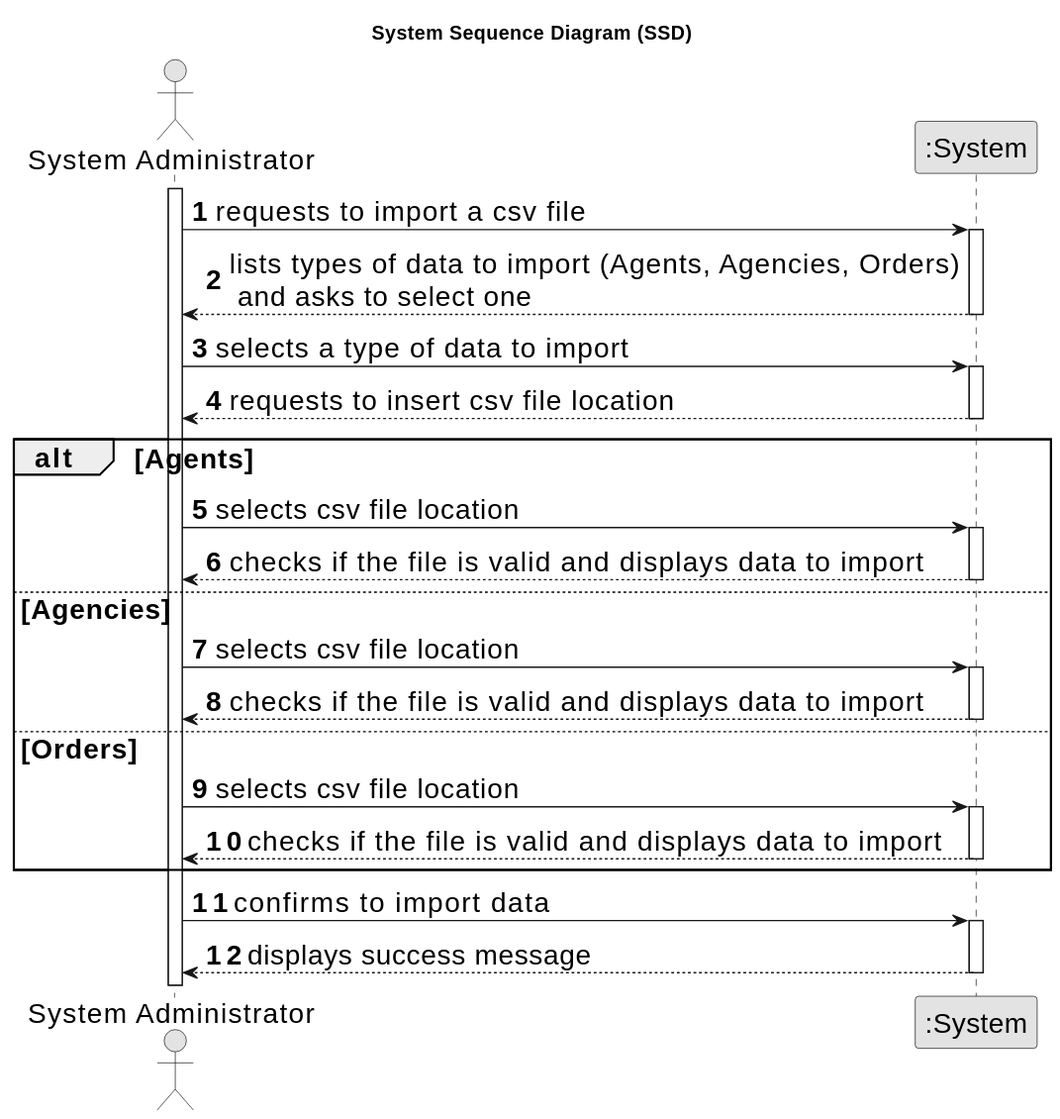
Goncalves2525/real-estate-management-system keeps this PlantUML diagram as docs/sprintC/us012/01.requirements-engineering/svg/us012-system-sequence-diagram.svg. Above is the earlier version.
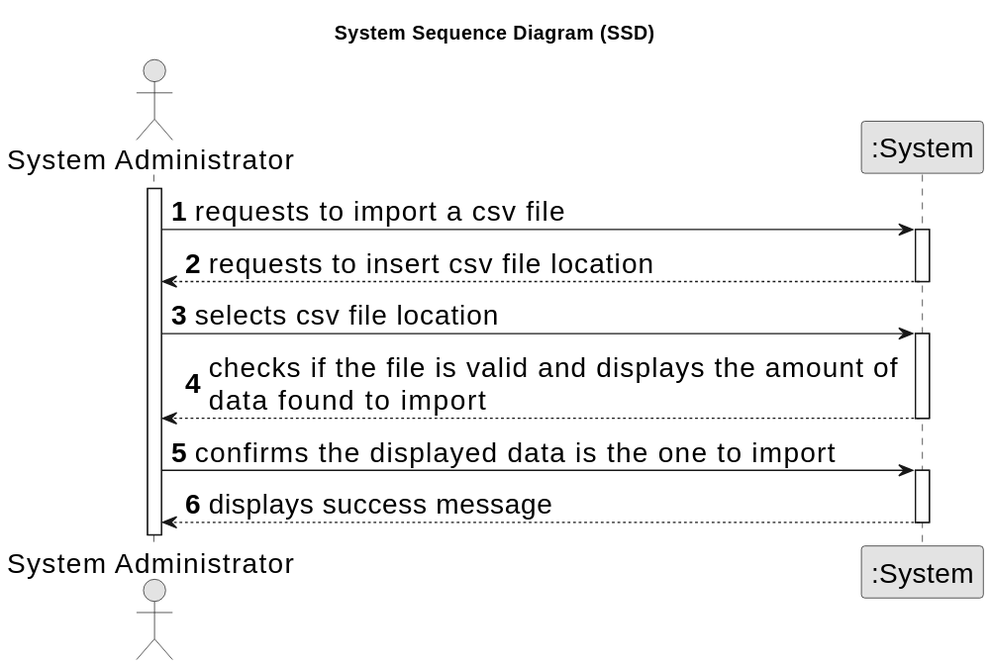
After the change.

Commit message:
class diagram completed with us9 SVG created VisitScheduleController repository access improved

The edit, as a diff of the source:
```diff
@@ -16,33 +16,19 @@
     Admin -> System : requests to import a csv file
     activate System
 
-    System --> Admin : lists types of data to import (Agents, Agencies, Orders)\n and asks to select one
-    deactivate System
-
-    Admin -> System : selects a type of data to import
-    activate System
 
     System --> Admin : requests to insert csv file location
     deactivate System
 
-    alt  Agents
-        Admin -> System: selects csv file location
-        activate System
-        System --> Admin: checks if the file is valid and displays data to import
-        deactivate System
-    else  Agencies
-        Admin -> System: selects csv file location
-        activate System
-        System --> Admin: checks if the file is valid and displays data to import
-        deactivate System
-    else  Orders
-        Admin -> System: selects csv file location
-        activate System
-        System --> Admin: checks if the file is valid and displays data to import
-        deactivate System
-    end
+    Admin -> System: selects csv file location
+    activate System
 
-    Admin -> System : confirms to import data
+    System --> Admin: checks if the file is valid and displays the amount of \ndata found to import
+    deactivate System
+
+
+
+    Admin -> System : confirms the displayed data is the one to import
     activate System
 
     System --> Admin : displays success message
```
